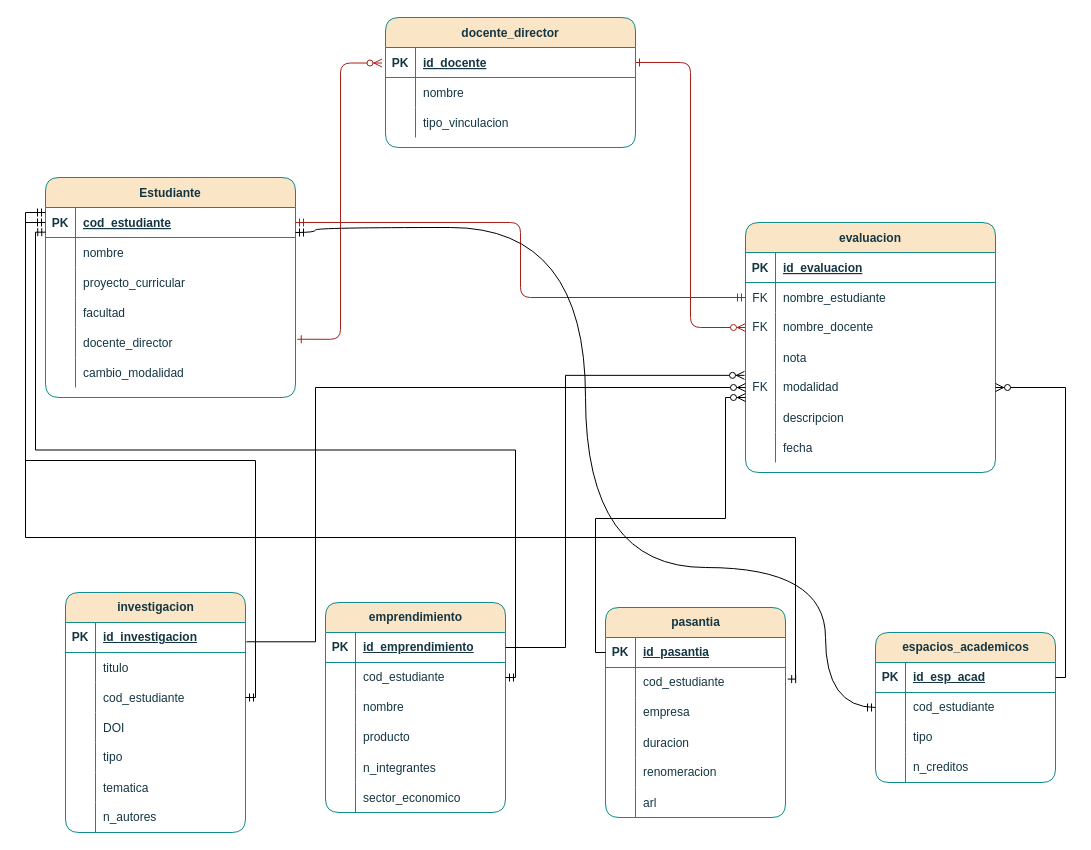
The draw.io diagram ProjectOptionsDB.drawio in Djaiber/Database-Basis, before the edit. Source tidied: cells renumbered, new cells numbered last; positions are measured from the earlier drawing's top-left corner, leaving out a move shared by most shapes. Both pictures are drawn from the tidied source at 100%, with x=0, y=0 at pixel (25, 17).
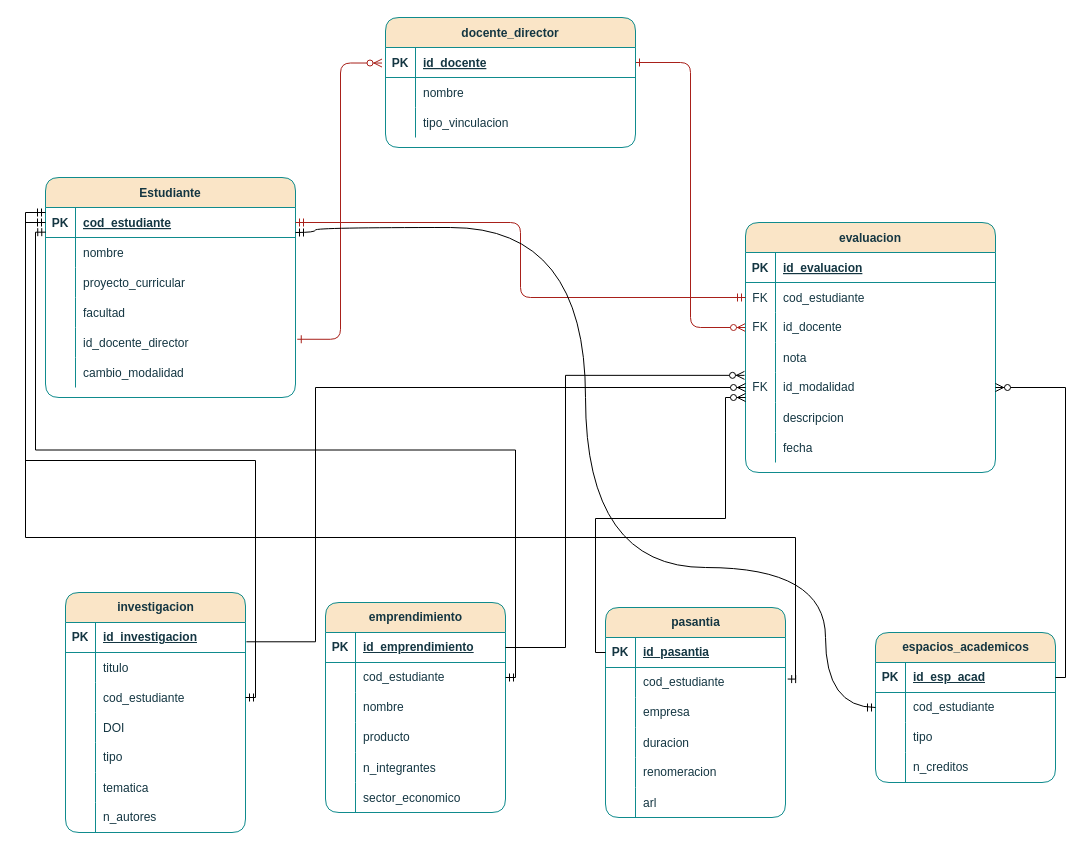
Above is the later version.

Unchanged cells that the change refers to:
```xml
<mxCell id="18" style="shape=partialRectangle;fillColor=none;points=[[0,0.5],[1,0.5]];portConstraint=eastwest;top=0;left=0;right=0;bottom=0;labelBackgroundColor=none;strokeColor=#0F8B8D;fontColor=#143642;rounded=1;" parent="14" vertex="1">
  <mxGeometry y="60" width="250" height="30" as="geometry" />
</mxCell>
<mxCell id="21" style="shape=tableRow;horizontal=0;startSize=0;swimlaneHead=0;swimlaneBody=0;fillColor=none;points=[[0,0.5],[1,0.5]];portConstraint=eastwest;top=0;left=0;right=0;bottom=0;labelBackgroundColor=none;strokeColor=#0F8B8D;fontColor=#143642;rounded=1;" parent="14" vertex="1">
  <mxGeometry y="90" width="250" height="30" as="geometry" />
</mxCell>
<mxCell id="27" style="shape=tableRow;horizontal=0;startSize=0;swimlaneHead=0;swimlaneBody=0;fillColor=none;points=[[0,0.5],[1,0.5]];portConstraint=eastwest;top=0;left=0;right=0;bottom=0;labelBackgroundColor=none;strokeColor=#0F8B8D;fontColor=#143642;rounded=1;" parent="14" vertex="1">
  <mxGeometry y="150" width="250" height="30" as="geometry" />
</mxCell>
<mxCell id="49" style="shape=tableRow;horizontal=0;startSize=0;swimlaneHead=0;swimlaneBody=0;fillColor=none;points=[[0,0.5],[1,0.5]];portConstraint=eastwest;top=0;left=0;right=0;bottom=0;labelBackgroundColor=none;strokeColor=#0F8B8D;fontColor=#143642;rounded=1;" parent="36" vertex="1">
  <mxGeometry y="150" width="250" height="30" as="geometry" />
</mxCell>
```

Diff of the diagram source:
```diff
@@
-    <mxCell id="20" value="nombre_estudiante" style="shape=partialRectangle;overflow=hidden;fillColor=none;top=0;left=0;bottom=0;right=0;align=left;spacingLeft=6;labelBackgroundColor=none;strokeColor=#0F8B8D;fontColor=#143642;rounded=1;" parent="18" vertex="1">
+    <mxCell id="20" value="cod_estudiante" style="shape=partialRectangle;overflow=hidden;fillColor=none;top=0;left=0;bottom=0;right=0;align=left;spacingLeft=6;labelBackgroundColor=none;strokeColor=#0F8B8D;fontColor=#143642;rounded=1;" parent="18" vertex="1">
       <mxGeometry x="30" width="220" height="30" as="geometry" />
     </mxCell>
@@
-    <mxCell id="23" value="nombre_docente" style="shape=partialRectangle;fillColor=none;top=0;left=0;bottom=0;right=0;align=left;spacingLeft=6;fontStyle=0;overflow=hidden;whiteSpace=wrap;html=1;labelBackgroundColor=none;strokeColor=#0F8B8D;fontColor=#143642;rounded=1;" parent="21" vertex="1">
+    <mxCell id="23" value="id_docente" style="shape=partialRectangle;fillColor=none;top=0;left=0;bottom=0;right=0;align=left;spacingLeft=6;fontStyle=0;overflow=hidden;whiteSpace=wrap;html=1;labelBackgroundColor=none;strokeColor=#0F8B8D;fontColor=#143642;rounded=1;" parent="21" vertex="1">
       <mxGeometry x="30" width="220" height="30" as="geometry" />
     </mxCell>
@@
-    <mxCell id="29" value="modalidad" style="shape=partialRectangle;fillColor=none;top=0;left=0;bottom=0;right=0;align=left;spacingLeft=6;fontStyle=0;overflow=hidden;whiteSpace=wrap;html=1;labelBackgroundColor=none;strokeColor=#0F8B8D;fontColor=#143642;rounded=1;" parent="27" vertex="1">
+    <mxCell id="29" value="id_modalidad" style="shape=partialRectangle;fillColor=none;top=0;left=0;bottom=0;right=0;align=left;spacingLeft=6;fontStyle=0;overflow=hidden;whiteSpace=wrap;html=1;labelBackgroundColor=none;strokeColor=#0F8B8D;fontColor=#143642;rounded=1;" parent="27" vertex="1">
       <mxGeometry x="30" width="220" height="30" as="geometry" />
     </mxCell>
@@
-    <mxCell id="51" value="docente_director" style="shape=partialRectangle;fillColor=none;top=0;left=0;bottom=0;right=0;align=left;spacingLeft=6;overflow=hidden;labelBackgroundColor=none;strokeColor=#0F8B8D;fontColor=#143642;rounded=1;" parent="49" vertex="1">
+    <mxCell id="51" value="id_docente_director" style="shape=partialRectangle;fillColor=none;top=0;left=0;bottom=0;right=0;align=left;spacingLeft=6;overflow=hidden;labelBackgroundColor=none;strokeColor=#0F8B8D;fontColor=#143642;rounded=1;" parent="49" vertex="1">
       <mxGeometry x="30" width="220" height="30" as="geometry" />
     </mxCell>
```
